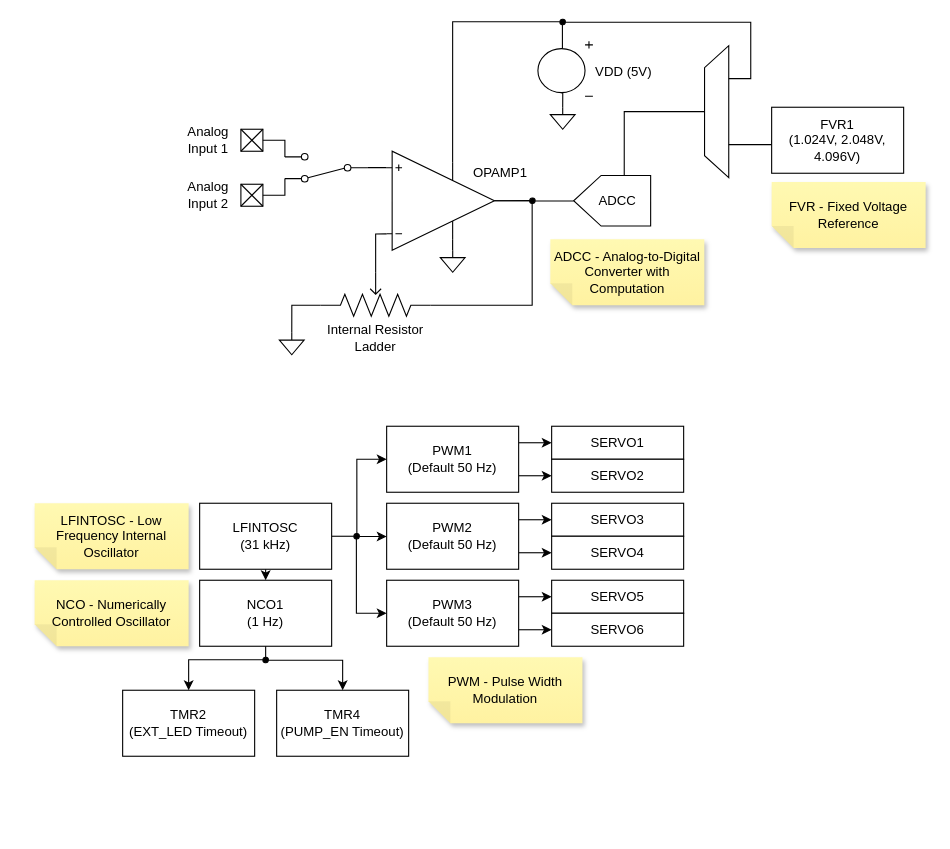
robperkel/evilia-boat-servo keeps this draw.io diagram as Images/Peripheral Diagram.drawio. Above is the earlier version. Source tidied: cells renumbered, new cells numbered last; positions are measured from the earlier drawing's top-left corner, leaving out a move shared by most shapes. Both pictures are drawn from the tidied source at 110%, with x=0, y=0 at pixel (34, 19).
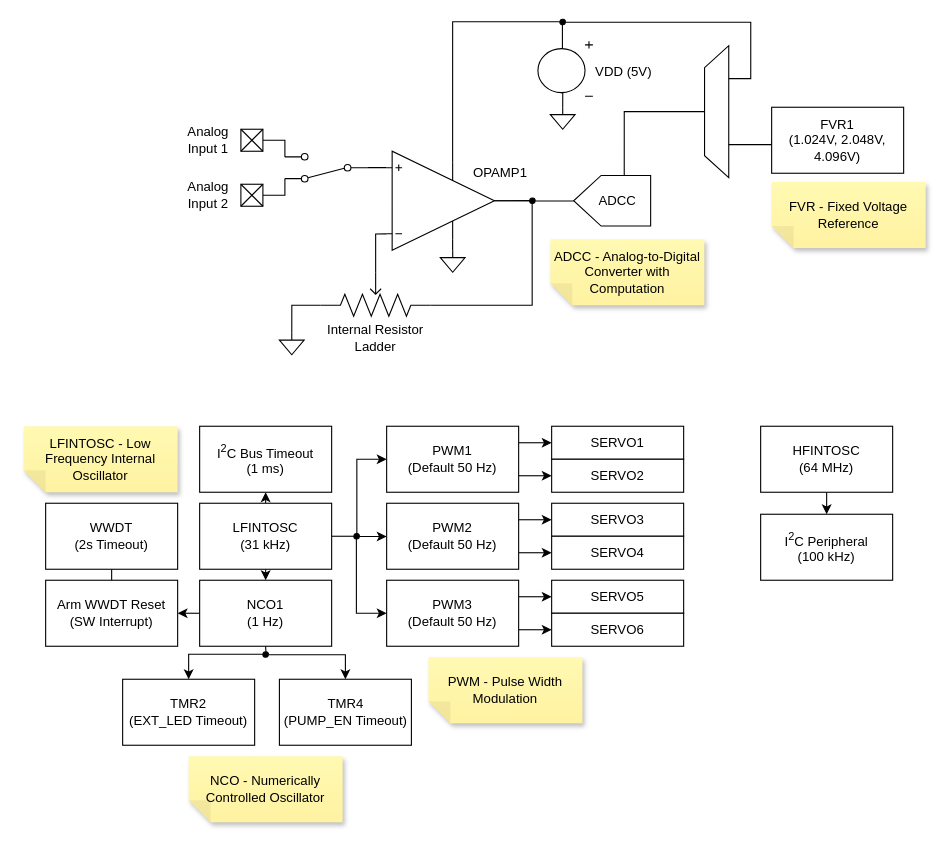
After the change.

Unchanged cells that the change refers to:
```xml
<mxCell id="13" value="LFINTOSC&lt;br&gt;(31 kHz)" style="rounded=0;whiteSpace=wrap;html=1;labelBackgroundColor=none;" parent="1" vertex="1">
  <mxGeometry x="150" y="440" width="120" height="60" as="geometry" />
</mxCell>
<mxCell id="14" value="NCO1&lt;br&gt;(1 Hz)" style="rounded=0;whiteSpace=wrap;html=1;labelBackgroundColor=none;" parent="1" vertex="1">
  <mxGeometry x="150" y="510" width="120" height="60" as="geometry" />
</mxCell>
<mxCell id="35" style="verticalLabelPosition=bottom;shadow=0;dashed=0;align=center;html=1;verticalAlign=top;shape=mxgraph.electrical.abstract.operational_amp_1;flipV=1;labelBackgroundColor=none;" parent="1" vertex="1">
  <mxGeometry x="320" y="120" width="98" height="90" as="geometry" />
</mxCell>
<mxCell id="64" style="verticalLabelPosition=bottom;shadow=0;dashed=0;align=center;html=1;verticalAlign=top;shape=mxgraph.electrical.resistors.potentiometer_2;rotation=-180;" parent="1" vertex="1">
  <mxGeometry x="260" y="230" width="100" height="40" as="geometry" />
</mxCell>
```

The edit, as a diff of the source:
```diff
@@
+    <mxCell id="78" style="edgeStyle=orthogonalEdgeStyle;rounded=0;jettySize=auto;html=1;exitX=0.5;exitY=0;exitDx=0;exitDy=0;entryX=0.5;entryY=1;entryDx=0;entryDy=0;" parent="1" edge="1" source="13" target="83">
+      <mxGeometry relative="1" as="geometry" />
+    </mxCell>
@@
+    <mxCell id="79" style="edgeStyle=orthogonalEdgeStyle;rounded=0;jettySize=auto;html=1;exitX=0;exitY=0.5;exitDx=0;exitDy=0;entryX=1;entryY=0.5;entryDx=0;entryDy=0;" parent="1" edge="1" source="14" target="82">
+      <mxGeometry relative="1" as="geometry" />
+    </mxCell>
@@
     <mxCell id="15" value="TMR2&lt;br&gt;(EXT_LED Timeout)" style="rounded=0;whiteSpace=wrap;html=1;labelBackgroundColor=none;" parent="1" vertex="1">
-      <mxGeometry x="80" y="610" width="120" height="60" as="geometry" />
+      <mxGeometry x="80" y="600" width="120" height="60" as="geometry" />
     </mxCell>
     <mxCell id="16" value="TMR4&lt;br&gt;(PUMP_EN Timeout)" style="rounded=0;whiteSpace=wrap;html=1;labelBackgroundColor=none;" parent="1" vertex="1">
-      <mxGeometry x="220" y="610" width="120" height="60" as="geometry" />
+      <mxGeometry x="222.5" y="600" width="120" height="60" as="geometry" />
     </mxCell>
@@
     <mxCell id="30" style="ellipse;whiteSpace=wrap;html=1;rotation=5;labelBackgroundColor=none;fillColor=#000000;" parent="1" vertex="1">
-      <mxGeometry x="207.5" y="580" width="5" height="5" as="geometry" />
+      <mxGeometry x="207.5" y="575" width="5" height="5" as="geometry" />
     </mxCell>
@@
     <mxCell id="32" style="edgeStyle=orthogonalEdgeStyle;rounded=0;jettySize=auto;html=1;exitX=0;exitY=0.165;exitDx=0;exitDy=0;exitPerimeter=0;entryX=0.5;entryY=1;entryDx=0;entryDy=0;endArrow=none;endFill=0;labelBackgroundColor=none;fontColor=default;entryPerimeter=0;" parent="1" edge="1" source="35" target="64">
-      <mxGeometry relative="1" as="geometry" />
+      <mxGeometry relative="1" as="geometry">
+        <Array as="points">
+          <mxPoint x="310" y="195" />
+        </Array>
+      </mxGeometry>
     </mxCell>
@@
     <mxCell id="76" value="NCO - Numerically Controlled Oscillator" style="shape=note;whiteSpace=wrap;html=1;backgroundOutline=1;fontColor=#000000;darkOpacity=0.05;fillColor=#FFF9B2;strokeColor=none;fillStyle=solid;direction=west;gradientDirection=north;gradientColor=#FFF2A1;shadow=1;size=20;" parent="1" vertex="1">
-      <mxGeometry y="510" width="140" height="60" as="geometry" />
+      <mxGeometry x="140" y="670" width="140" height="60" as="geometry" />
     </mxCell>
     <mxCell id="77" value="LFINTOSC - Low Frequency Internal Oscillator" style="shape=note;whiteSpace=wrap;html=1;backgroundOutline=1;fontColor=#000000;darkOpacity=0.05;fillColor=#FFF9B2;strokeColor=none;fillStyle=solid;direction=west;gradientDirection=north;gradientColor=#FFF2A1;shadow=1;size=20;" parent="1" vertex="1">
-      <mxGeometry y="440" width="140" height="60" as="geometry" />
+      <mxGeometry x="-10" y="370" width="140" height="60" as="geometry" />
     </mxCell>
+    <mxCell id="80" value="WWDT&lt;br&gt;(2s Timeout)" style="rounded=0;whiteSpace=wrap;html=1;labelBackgroundColor=none;" parent="1" vertex="1">
+      <mxGeometry x="10" y="440" width="120" height="60" as="geometry" />
+    </mxCell>
+    <mxCell id="81" style="edgeStyle=orthogonalEdgeStyle;rounded=0;jettySize=auto;html=1;exitX=0.5;exitY=0;exitDx=0;exitDy=0;entryX=0.5;entryY=1;entryDx=0;entryDy=0;endArrow=none;endFill=0;" parent="1" edge="1" source="82" target="80">
+      <mxGeometry relative="1" as="geometry" />
+    </mxCell>
+    <mxCell id="82" value="Arm WWDT Reset&lt;br&gt;(SW Interrupt)" style="rounded=0;whiteSpace=wrap;html=1;labelBackgroundColor=none;" parent="1" vertex="1">
+      <mxGeometry x="10" y="510" width="120" height="60" as="geometry" />
+    </mxCell>
+    <mxCell id="83" value="I&lt;sup&gt;2&lt;/sup&gt;C Bus Timeout&lt;br&gt;(1 ms)" style="rounded=0;whiteSpace=wrap;html=1;labelBackgroundColor=none;" parent="1" vertex="1">
+      <mxGeometry x="150" y="370" width="120" height="60" as="geometry" />
+    </mxCell>
+    <mxCell id="84" value="I&lt;sup&gt;2&lt;/sup&gt;C Peripheral&lt;br&gt;(100 kHz)" style="rounded=0;whiteSpace=wrap;html=1;labelBackgroundColor=none;" parent="1" vertex="1">
+      <mxGeometry x="660" y="450" width="120" height="60" as="geometry" />
+    </mxCell>
+    <mxCell id="85" style="edgeStyle=orthogonalEdgeStyle;rounded=0;jettySize=auto;html=1;exitX=0.5;exitY=1;exitDx=0;exitDy=0;entryX=0.5;entryY=0;entryDx=0;entryDy=0;" parent="1" edge="1" source="86" target="84">
+      <mxGeometry relative="1" as="geometry" />
+    </mxCell>
+    <mxCell id="86" value="HFINTOSC&lt;br&gt;(64 MHz)" style="rounded=0;whiteSpace=wrap;html=1;labelBackgroundColor=none;" parent="1" vertex="1">
+      <mxGeometry x="660" y="370" width="120" height="60" as="geometry" />
+    </mxCell>
```
